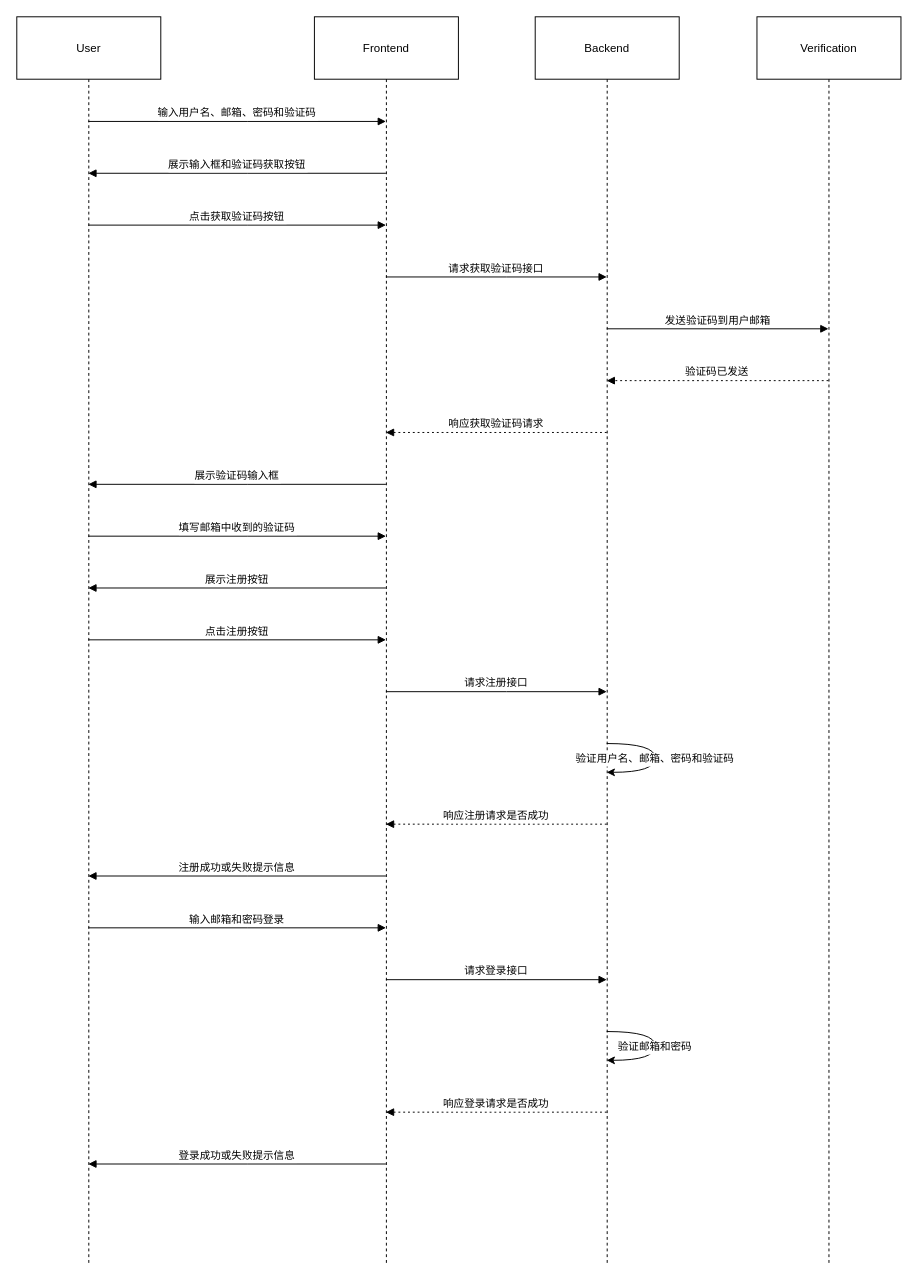
Heart-clearing/git-demo keeps this draw.io diagram as 登录注册时序图.drawio. Above is the earlier version. Source tidied: cells renumbered, new cells numbered last; positions are measured from the earlier drawing's top-left corner, leaving out a move shared by most shapes. Both pictures are drawn from the tidied source at 96%, with x=0, y=0 at pixel (16, 16).
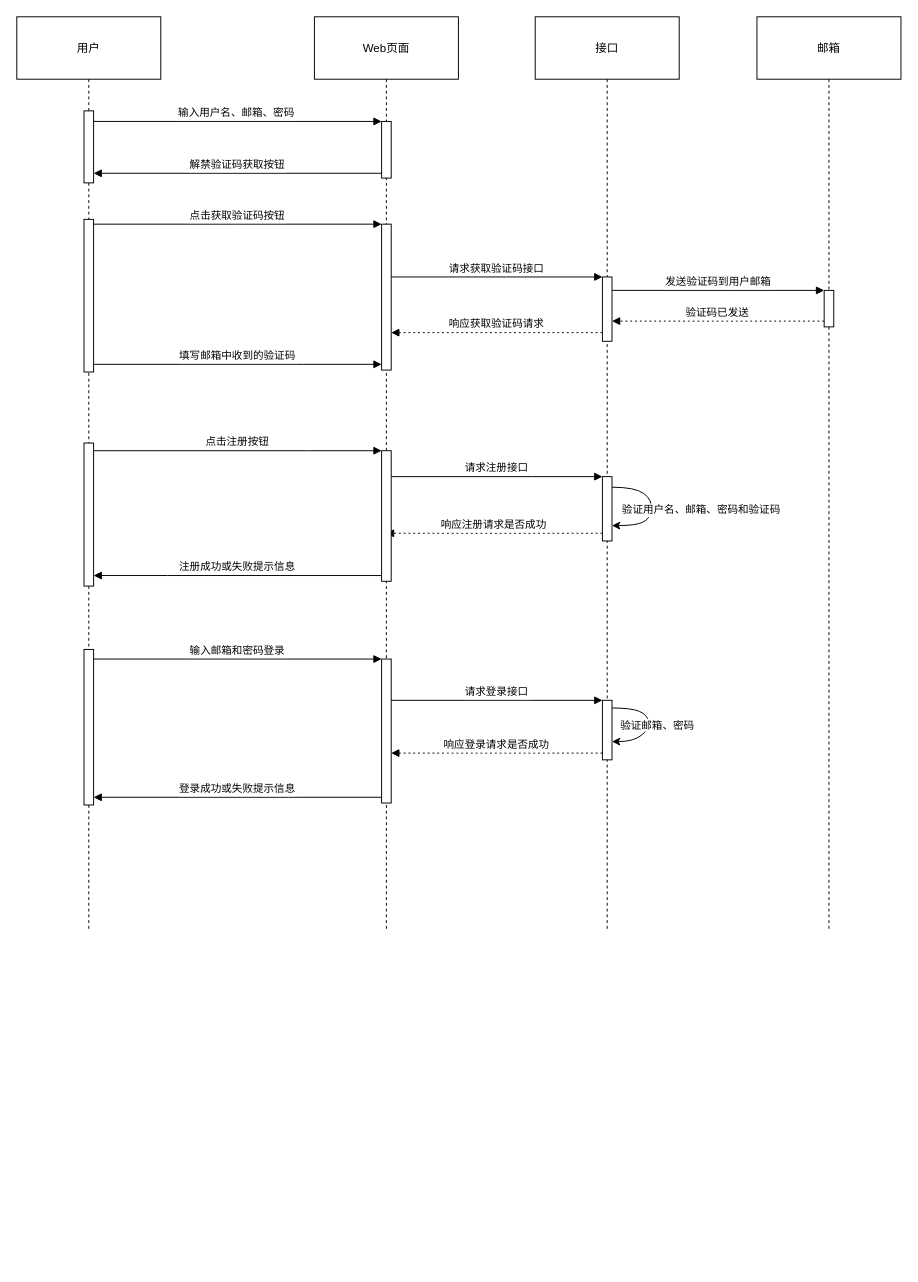
The same page after the edit.

Commit message:
更新登录注册时序图.drawio

Change to the diagram source:
```diff
@@
-    <mxCell id="2" value="User" style="shape=umlLifeline;perimeter=lifelinePerimeter;whiteSpace=wrap;outlineConnect=0;portConstraint=eastwest;newEdgeStyle={&quot;edgeStyle&quot;:&quot;elbowEdgeStyle&quot;,&quot;elbow&quot;:&quot;vertical&quot;,&quot;curved&quot;:0,&quot;rounded&quot;:0};size=65;" parent="1" vertex="1">
-      <mxGeometry width="150" height="1300" as="geometry" />
+    <mxCell id="2" value="用户" style="shape=umlLifeline;perimeter=lifelinePerimeter;whiteSpace=wrap;outlineConnect=0;portConstraint=eastwest;newEdgeStyle={&quot;edgeStyle&quot;:&quot;elbowEdgeStyle&quot;,&quot;elbow&quot;:&quot;vertical&quot;,&quot;curved&quot;:0,&quot;rounded&quot;:0};size=65;" parent="1" vertex="1">
+      <mxGeometry width="150" height="950" as="geometry" />
     </mxCell>
+    <mxCell id="26" style="html=1;points=[];perimeter=orthogonalPerimeter;outlineConnect=0;targetShapes=umlLifeline;portConstraint=eastwest;newEdgeStyle={&quot;edgeStyle&quot;:&quot;elbowEdgeStyle&quot;,&quot;elbow&quot;:&quot;vertical&quot;,&quot;curved&quot;:0,&quot;rounded&quot;:0};" parent="2" vertex="1">
+      <mxGeometry x="70" y="98" width="10" height="75" as="geometry" />
+    </mxCell>
+    <mxCell id="27" style="html=1;points=[];perimeter=orthogonalPerimeter;outlineConnect=0;targetShapes=umlLifeline;portConstraint=eastwest;newEdgeStyle={&quot;edgeStyle&quot;:&quot;elbowEdgeStyle&quot;,&quot;elbow&quot;:&quot;vertical&quot;,&quot;curved&quot;:0,&quot;rounded&quot;:0};" parent="2" vertex="1">
+      <mxGeometry x="70" y="211" width="10" height="159" as="geometry" />
+    </mxCell>
+    <mxCell id="28" style="html=1;points=[];perimeter=orthogonalPerimeter;outlineConnect=0;targetShapes=umlLifeline;portConstraint=eastwest;newEdgeStyle={&quot;edgeStyle&quot;:&quot;elbowEdgeStyle&quot;,&quot;elbow&quot;:&quot;vertical&quot;,&quot;curved&quot;:0,&quot;rounded&quot;:0};" parent="2" vertex="1">
+      <mxGeometry x="70" y="444" width="10" height="149" as="geometry" />
+    </mxCell>
+    <mxCell id="29" style="html=1;points=[];perimeter=orthogonalPerimeter;outlineConnect=0;targetShapes=umlLifeline;portConstraint=eastwest;newEdgeStyle={&quot;edgeStyle&quot;:&quot;elbowEdgeStyle&quot;,&quot;elbow&quot;:&quot;vertical&quot;,&quot;curved&quot;:0,&quot;rounded&quot;:0};" parent="2" vertex="1">
+      <mxGeometry x="70" y="659" width="10" height="162" as="geometry" />
+    </mxCell>
-    <mxCell id="3" value="Frontend" style="shape=umlLifeline;perimeter=lifelinePerimeter;whiteSpace=wrap;outlineConnect=0;portConstraint=eastwest;newEdgeStyle={&quot;edgeStyle&quot;:&quot;elbowEdgeStyle&quot;,&quot;elbow&quot;:&quot;vertical&quot;,&quot;curved&quot;:0,&quot;rounded&quot;:0};size=65;" parent="1" vertex="1">
-      <mxGeometry x="310" width="150" height="1300" as="geometry" />
+    <mxCell id="3" value="Web页面" style="shape=umlLifeline;perimeter=lifelinePerimeter;whiteSpace=wrap;outlineConnect=0;portConstraint=eastwest;newEdgeStyle={&quot;edgeStyle&quot;:&quot;elbowEdgeStyle&quot;,&quot;elbow&quot;:&quot;vertical&quot;,&quot;curved&quot;:0,&quot;rounded&quot;:0};size=65;" parent="1" vertex="1">
+      <mxGeometry x="310" width="150" height="950" as="geometry" />
     </mxCell>
+    <mxCell id="30" style="html=1;points=[];perimeter=orthogonalPerimeter;outlineConnect=0;targetShapes=umlLifeline;portConstraint=eastwest;newEdgeStyle={&quot;edgeStyle&quot;:&quot;elbowEdgeStyle&quot;,&quot;elbow&quot;:&quot;vertical&quot;,&quot;curved&quot;:0,&quot;rounded&quot;:0};" parent="3" vertex="1">
+      <mxGeometry x="70" y="109" width="10" height="59" as="geometry" />
+    </mxCell>
+    <mxCell id="31" style="html=1;points=[];perimeter=orthogonalPerimeter;outlineConnect=0;targetShapes=umlLifeline;portConstraint=eastwest;newEdgeStyle={&quot;edgeStyle&quot;:&quot;elbowEdgeStyle&quot;,&quot;elbow&quot;:&quot;vertical&quot;,&quot;curved&quot;:0,&quot;rounded&quot;:0};" parent="3" vertex="1">
+      <mxGeometry x="70" y="216" width="10" height="152" as="geometry" />
+    </mxCell>
+    <mxCell id="32" style="html=1;points=[];perimeter=orthogonalPerimeter;outlineConnect=0;targetShapes=umlLifeline;portConstraint=eastwest;newEdgeStyle={&quot;edgeStyle&quot;:&quot;elbowEdgeStyle&quot;,&quot;elbow&quot;:&quot;vertical&quot;,&quot;curved&quot;:0,&quot;rounded&quot;:0};" parent="3" vertex="1">
+      <mxGeometry x="70" y="669" width="10" height="150" as="geometry" />
+    </mxCell>
-    <mxCell id="4" value="Backend" style="shape=umlLifeline;perimeter=lifelinePerimeter;whiteSpace=wrap;outlineConnect=0;portConstraint=eastwest;newEdgeStyle={&quot;edgeStyle&quot;:&quot;elbowEdgeStyle&quot;,&quot;elbow&quot;:&quot;vertical&quot;,&quot;curved&quot;:0,&quot;rounded&quot;:0};size=65;" parent="1" vertex="1">
-      <mxGeometry x="540" width="150" height="1300" as="geometry" />
+    <mxCell id="4" value="接口" style="shape=umlLifeline;perimeter=lifelinePerimeter;whiteSpace=wrap;outlineConnect=0;portConstraint=eastwest;newEdgeStyle={&quot;edgeStyle&quot;:&quot;elbowEdgeStyle&quot;,&quot;elbow&quot;:&quot;vertical&quot;,&quot;curved&quot;:0,&quot;rounded&quot;:0};size=65;" parent="1" vertex="1">
+      <mxGeometry x="540" width="150" height="950" as="geometry" />
     </mxCell>
+    <mxCell id="33" style="html=1;points=[];perimeter=orthogonalPerimeter;outlineConnect=0;targetShapes=umlLifeline;portConstraint=eastwest;newEdgeStyle={&quot;edgeStyle&quot;:&quot;elbowEdgeStyle&quot;,&quot;elbow&quot;:&quot;vertical&quot;,&quot;curved&quot;:0,&quot;rounded&quot;:0};" parent="4" vertex="1">
+      <mxGeometry x="70" y="271" width="10" height="67" as="geometry" />
+    </mxCell>
+    <mxCell id="34" style="html=1;points=[];perimeter=orthogonalPerimeter;outlineConnect=0;targetShapes=umlLifeline;portConstraint=eastwest;newEdgeStyle={&quot;edgeStyle&quot;:&quot;elbowEdgeStyle&quot;,&quot;elbow&quot;:&quot;vertical&quot;,&quot;curved&quot;:0,&quot;rounded&quot;:0};" parent="4" vertex="1">
+      <mxGeometry x="70" y="479" width="10" height="67" as="geometry" />
+    </mxCell>
+    <mxCell id="18" value="验证用户名、邮箱、密码和验证码" style="curved=1;" parent="4" edge="1" source="34" target="34">
+      <mxGeometry x="-0.06" y="52" relative="1" as="geometry">
+        <Array as="points">
+          <mxPoint x="104" y="490" />
+          <mxPoint x="122" y="503" />
+          <mxPoint x="120" y="523" />
+          <mxPoint x="104" y="530" />
+        </Array>
+      </mxGeometry>
+    </mxCell>
+    <mxCell id="35" style="html=1;points=[];perimeter=orthogonalPerimeter;outlineConnect=0;targetShapes=umlLifeline;portConstraint=eastwest;newEdgeStyle={&quot;edgeStyle&quot;:&quot;elbowEdgeStyle&quot;,&quot;elbow&quot;:&quot;vertical&quot;,&quot;curved&quot;:0,&quot;rounded&quot;:0};" parent="4" vertex="1">
+      <mxGeometry x="70" y="712" width="10" height="62" as="geometry" />
+    </mxCell>
+    <mxCell id="36" style="curved=1;" parent="4" edge="1" source="35" target="35">
+      <mxGeometry x="0.09" y="56" relative="1" as="geometry">
+        <Array as="points">
+          <mxPoint x="100" y="720" />
+          <mxPoint x="117" y="727" />
+          <mxPoint x="119" y="742" />
+          <mxPoint x="102" y="755" />
+        </Array>
+        <mxPoint x="22" y="-49" as="offset" />
+      </mxGeometry>
+    </mxCell>
+    <mxCell id="37" value="验证邮箱、密码" style="edgeLabel;html=1;align=center;verticalAlign=middle;" parent="36" vertex="1">
+      <mxGeometry x="0.02" y="-1" relative="1" as="geometry">
+        <mxPoint x="9" as="offset" />
+      </mxGeometry>
+    </mxCell>
-    <mxCell id="5" value="Verification" style="shape=umlLifeline;perimeter=lifelinePerimeter;whiteSpace=wrap;outlineConnect=0;portConstraint=eastwest;newEdgeStyle={&quot;edgeStyle&quot;:&quot;elbowEdgeStyle&quot;,&quot;elbow&quot;:&quot;vertical&quot;,&quot;curved&quot;:0,&quot;rounded&quot;:0};size=65;" parent="1" vertex="1">
-      <mxGeometry x="771" width="150" height="1300" as="geometry" />
+    <mxCell id="5" value="邮箱" style="shape=umlLifeline;perimeter=lifelinePerimeter;whiteSpace=wrap;outlineConnect=0;portConstraint=eastwest;newEdgeStyle={&quot;edgeStyle&quot;:&quot;elbowEdgeStyle&quot;,&quot;elbow&quot;:&quot;vertical&quot;,&quot;curved&quot;:0,&quot;rounded&quot;:0};size=65;" parent="1" vertex="1">
+      <mxGeometry x="771" width="150" height="950" as="geometry" />
     </mxCell>
+    <mxCell id="38" style="html=1;points=[];perimeter=orthogonalPerimeter;outlineConnect=0;targetShapes=umlLifeline;portConstraint=eastwest;newEdgeStyle={&quot;edgeStyle&quot;:&quot;elbowEdgeStyle&quot;,&quot;elbow&quot;:&quot;vertical&quot;,&quot;curved&quot;:0,&quot;rounded&quot;:0};" parent="5" vertex="1">
+      <mxGeometry x="70" y="285" width="10" height="38" as="geometry" />
+    </mxCell>
-    <mxCell id="6" value="输入用户名、邮箱、密码和验证码" style="verticalAlign=bottom;endArrow=block;edgeStyle=elbowEdgeStyle;elbow=vertical;curved=0;rounded=0;" parent="1" edge="1" source="2" target="3">
+    <mxCell id="6" value="输入用户名、邮箱、密码" style="verticalAlign=bottom;endArrow=block;edgeStyle=elbowEdgeStyle;elbow=vertical;curved=0;rounded=0;" parent="1" edge="1" target="30">
       <mxGeometry relative="1" as="geometry">
+        <mxPoint x="80" y="107" as="sourcePoint" />
         <Array as="points">
           <mxPoint x="240" y="109" />
         </Array>
       </mxGeometry>
     </mxCell>
-    <mxCell id="7" value="展示输入框和验证码获取按钮" style="verticalAlign=bottom;endArrow=block;edgeStyle=elbowEdgeStyle;elbow=vertical;curved=0;rounded=0;" parent="1" edge="1" source="3" target="2">
+    <mxCell id="7" value="解禁验证码获取按钮" style="verticalAlign=bottom;endArrow=block;edgeStyle=elbowEdgeStyle;elbow=vertical;curved=0;rounded=0;" parent="1" edge="1" target="26">
       <mxGeometry relative="1" as="geometry">
+        <mxPoint x="380" y="162" as="sourcePoint" />
         <Array as="points">
           <mxPoint x="240" y="163" />
         </Array>
       </mxGeometry>
     </mxCell>
-    <mxCell id="8" value="点击获取验证码按钮" style="verticalAlign=bottom;endArrow=block;edgeStyle=elbowEdgeStyle;elbow=vertical;curved=0;rounded=0;" parent="1" edge="1" source="2" target="3">
+    <mxCell id="8" value="点击获取验证码按钮" style="verticalAlign=bottom;endArrow=block;edgeStyle=elbowEdgeStyle;elbow=vertical;curved=0;rounded=0;" parent="1" edge="1" target="31">
       <mxGeometry relative="1" as="geometry">
-        <Array as="points">
-          <mxPoint x="240" y="217" />
-        </Array>
+        <mxPoint x="80" y="216" as="sourcePoint" />
       </mxGeometry>
     </mxCell>
-    <mxCell id="9" value="请求获取验证码接口" style="verticalAlign=bottom;endArrow=block;edgeStyle=elbowEdgeStyle;elbow=vertical;curved=0;rounded=0;" parent="1" edge="1" source="3" target="4">
+    <mxCell id="9" value="请求获取验证码接口" style="verticalAlign=bottom;endArrow=block;edgeStyle=elbowEdgeStyle;elbow=vertical;curved=0;rounded=0;" parent="1" edge="1" source="31" target="33">
       <mxGeometry relative="1" as="geometry">
         <Array as="points">
           <mxPoint x="510" y="271" />
         </Array>
       </mxGeometry>
     </mxCell>
-    <mxCell id="10" value="发送验证码到用户邮箱" style="verticalAlign=bottom;endArrow=block;edgeStyle=elbowEdgeStyle;elbow=vertical;curved=0;rounded=0;" parent="1" edge="1" source="4" target="5">
+    <mxCell id="10" value="发送验证码到用户邮箱" style="verticalAlign=bottom;endArrow=block;edgeStyle=elbowEdgeStyle;elbow=vertical;curved=0;rounded=0;" parent="1" edge="1" source="33" target="38">
       <mxGeometry relative="1" as="geometry">
         <Array as="points">
+          <mxPoint x="749" y="285" />
           <mxPoint x="741" y="325" />
         </Array>
       </mxGeometry>
     </mxCell>
-    <mxCell id="11" value="验证码已发送" style="verticalAlign=bottom;endArrow=block;edgeStyle=elbowEdgeStyle;elbow=vertical;curved=0;rounded=0;dashed=1;dashPattern=2 3;" parent="1" edge="1" source="5" target="4">
+    <mxCell id="11" value="验证码已发送" style="verticalAlign=bottom;endArrow=block;edgeStyle=elbowEdgeStyle;elbow=vertical;curved=0;rounded=0;dashed=1;dashPattern=2 3;" parent="1" edge="1" source="38" target="33">
       <mxGeometry relative="1" as="geometry">
         <Array as="points">
+          <mxPoint x="766" y="317" />
           <mxPoint x="741" y="379" />
         </Array>
       </mxGeometry>
     </mxCell>
-    <mxCell id="12" value="响应获取验证码请求" style="verticalAlign=bottom;endArrow=block;edgeStyle=elbowEdgeStyle;elbow=vertical;curved=0;rounded=0;dashed=1;dashPattern=2 3;" parent="1" edge="1" source="4" target="3">
+    <mxCell id="12" value="响应获取验证码请求" style="verticalAlign=bottom;endArrow=block;edgeStyle=elbowEdgeStyle;elbow=vertical;curved=0;rounded=0;dashed=1;dashPattern=2 3;" parent="1" edge="1" source="33" target="31">
       <mxGeometry relative="1" as="geometry">
         <Array as="points">
+          <mxPoint x="500" y="329" />
           <mxPoint x="510" y="433" />
         </Array>
       </mxGeometry>
     </mxCell>
-    <mxCell id="13" value="展示验证码输入框" style="verticalAlign=bottom;endArrow=block;edgeStyle=elbowEdgeStyle;elbow=vertical;curved=0;rounded=0;" parent="1" edge="1" source="3" target="2">
-      <mxGeometry relative="1" as="geometry">
-        <Array as="points">
-          <mxPoint x="240" y="487" />
-        </Array>
-      </mxGeometry>
-    </mxCell>
-    <mxCell id="14" value="填写邮箱中收到的验证码" style="verticalAlign=bottom;endArrow=block;edgeStyle=elbowEdgeStyle;elbow=vertical;curved=0;rounded=0;" parent="1" edge="1" source="2" target="3">
+    <mxCell id="14" value="填写邮箱中收到的验证码" style="verticalAlign=bottom;endArrow=block;edgeStyle=elbowEdgeStyle;elbow=vertical;curved=0;rounded=0;" parent="1" edge="1" source="27" target="31">
       <mxGeometry relative="1" as="geometry">
         <Array as="points">
+          <mxPoint x="299" y="362" />
           <mxPoint x="240" y="541" />
         </Array>
       </mxGeometry>
     </mxCell>
-    <mxCell id="15" value="展示注册按钮" style="verticalAlign=bottom;endArrow=block;edgeStyle=elbowEdgeStyle;elbow=vertical;curved=0;rounded=0;" parent="1" edge="1" source="3" target="2">
-      <mxGeometry relative="1" as="geometry">
-        <Array as="points">
-          <mxPoint x="240" y="595" />
-        </Array>
-      </mxGeometry>
-    </mxCell>
-    <mxCell id="16" value="点击注册按钮" style="verticalAlign=bottom;endArrow=block;edgeStyle=elbowEdgeStyle;elbow=vertical;curved=0;rounded=0;" parent="1" edge="1" source="2" target="3">
+    <mxCell id="16" value="点击注册按钮" style="verticalAlign=bottom;endArrow=block;edgeStyle=elbowEdgeStyle;elbow=vertical;curved=0;rounded=0;" parent="1" edge="1" source="28" target="40">
       <mxGeometry relative="1" as="geometry">
         <Array as="points">
+          <mxPoint x="303" y="452" />
           <mxPoint x="240" y="649" />
         </Array>
       </mxGeometry>
     </mxCell>
-    <mxCell id="17" value="请求注册接口" style="verticalAlign=bottom;endArrow=block;edgeStyle=elbowEdgeStyle;elbow=vertical;curved=0;rounded=0;" parent="1" edge="1" source="3" target="4">
+    <mxCell id="17" value="请求注册接口" style="verticalAlign=bottom;endArrow=block;edgeStyle=elbowEdgeStyle;elbow=vertical;curved=0;rounded=0;" parent="1" edge="1" source="40" target="34">
       <mxGeometry relative="1" as="geometry">
         <Array as="points">
+          <mxPoint x="536" y="479" />
           <mxPoint x="510" y="703" />
         </Array>
       </mxGeometry>
     </mxCell>
-    <mxCell id="18" value="验证用户名、邮箱、密码和验证码" style="curved=1;" parent="1" edge="1" source="4" target="4">
-      <mxGeometry relative="1" as="geometry">
-        <Array as="points">
-          <mxPoint x="665" y="757" />
-          <mxPoint x="665" y="787" />
-        </Array>
-      </mxGeometry>
-    </mxCell>
-    <mxCell id="19" value="响应注册请求是否成功" style="verticalAlign=bottom;endArrow=block;edgeStyle=elbowEdgeStyle;elbow=vertical;curved=0;rounded=0;dashed=1;dashPattern=2 3;" parent="1" edge="1" source="4" target="3">
+    <mxCell id="19" value="响应注册请求是否成功" style="verticalAlign=bottom;endArrow=block;edgeStyle=elbowEdgeStyle;elbow=vertical;curved=0;rounded=0;dashed=1;dashPattern=2 3;" parent="1" edge="1" source="34" target="3">
       <mxGeometry relative="1" as="geometry">
         <Array as="points">
+          <mxPoint x="525" y="538" />
           <mxPoint x="510" y="841" />
         </Array>
       </mxGeometry>
     </mxCell>
-    <mxCell id="20" value="注册成功或失败提示信息" style="verticalAlign=bottom;endArrow=block;edgeStyle=elbowEdgeStyle;elbow=vertical;curved=0;rounded=0;" parent="1" edge="1" source="3" target="2">
+    <mxCell id="20" value="注册成功或失败提示信息" style="verticalAlign=bottom;endArrow=block;edgeStyle=elbowEdgeStyle;elbow=vertical;curved=0;rounded=0;" parent="1" edge="1" source="40" target="28">
       <mxGeometry relative="1" as="geometry">
         <Array as="points">
+          <mxPoint x="157" y="582" />
+          <mxPoint x="320" y="580" />
+          <mxPoint x="321" y="573" />
+          <mxPoint x="326" y="566" />
           <mxPoint x="240" y="895" />
         </Array>
       </mxGeometry>
     </mxCell>
-    <mxCell id="21" value="输入邮箱和密码登录" style="verticalAlign=bottom;endArrow=block;edgeStyle=elbowEdgeStyle;elbow=vertical;curved=0;rounded=0;" parent="1" edge="1" source="2" target="3">
+    <mxCell id="21" value="输入邮箱和密码登录" style="verticalAlign=bottom;endArrow=block;edgeStyle=elbowEdgeStyle;elbow=vertical;curved=0;rounded=0;" parent="1" edge="1" source="29" target="32">
       <mxGeometry relative="1" as="geometry">
         <Array as="points">
+          <mxPoint x="294" y="669" />
           <mxPoint x="240" y="949" />
         </Array>
       </mxGeometry>
     </mxCell>
-    <mxCell id="22" value="请求登录接口" style="verticalAlign=bottom;endArrow=block;edgeStyle=elbowEdgeStyle;elbow=vertical;curved=0;rounded=0;" parent="1" edge="1" source="3" target="4">
+    <mxCell id="22" value="请求登录接口" style="verticalAlign=bottom;endArrow=block;edgeStyle=elbowEdgeStyle;elbow=vertical;curved=0;rounded=0;" parent="1" edge="1" source="32" target="35">
       <mxGeometry relative="1" as="geometry">
         <Array as="points">
+          <mxPoint x="530" y="712" />
+          <mxPoint x="524" y="877" />
           <mxPoint x="510" y="1003" />
         </Array>
       </mxGeometry>
     </mxCell>
-    <mxCell id="23" value="验证邮箱和密码" style="curved=1;" parent="1" edge="1" source="4" target="4">
-      <mxGeometry relative="1" as="geometry">
-        <Array as="points">
-          <mxPoint x="665" y="1057" />
-          <mxPoint x="665" y="1087" />
-        </Array>
-      </mxGeometry>
-    </mxCell>
-    <mxCell id="24" value="响应登录请求是否成功" style="verticalAlign=bottom;endArrow=block;edgeStyle=elbowEdgeStyle;elbow=vertical;curved=0;rounded=0;dashed=1;dashPattern=2 3;" parent="1" edge="1" source="4" target="3">
+    <mxCell id="24" value="响应登录请求是否成功" style="verticalAlign=bottom;endArrow=block;edgeStyle=elbowEdgeStyle;elbow=vertical;curved=0;rounded=0;dashed=1;dashPattern=2 3;" parent="1" edge="1" source="35" target="32">
       <mxGeometry relative="1" as="geometry">
         <Array as="points">
+          <mxPoint x="532" y="767" />
           <mxPoint x="510" y="1141" />
         </Array>
       </mxGeometry>
     </mxCell>
-    <mxCell id="25" value="登录成功或失败提示信息" style="verticalAlign=bottom;endArrow=block;edgeStyle=elbowEdgeStyle;elbow=vertical;curved=0;rounded=0;" parent="1" edge="1" source="3" target="2">
+    <mxCell id="25" value="登录成功或失败提示信息" style="verticalAlign=bottom;endArrow=block;edgeStyle=elbowEdgeStyle;elbow=vertical;curved=0;rounded=0;" parent="1" edge="1" source="32" target="29">
       <mxGeometry relative="1" as="geometry">
         <Array as="points">
+          <mxPoint x="283" y="813" />
           <mxPoint x="240" y="1195" />
         </Array>
       </mxGeometry>
     </mxCell>
+    <mxCell id="39" style="verticalAlign=bottom;endArrow=block;edgeStyle=elbowEdgeStyle;elbow=vertical;curved=0;rounded=0;" parent="1" edge="1" source="3" target="40">
+      <mxGeometry relative="1" as="geometry" />
+    </mxCell>
+    <mxCell id="40" style="html=1;points=[];perimeter=orthogonalPerimeter;outlineConnect=0;targetShapes=umlLifeline;portConstraint=eastwest;newEdgeStyle={&quot;edgeStyle&quot;:&quot;elbowEdgeStyle&quot;,&quot;elbow&quot;:&quot;vertical&quot;,&quot;curved&quot;:0,&quot;rounded&quot;:0};" parent="1" vertex="1">
+      <mxGeometry x="380" y="452" width="10" height="136" as="geometry" />
+    </mxCell>
```
